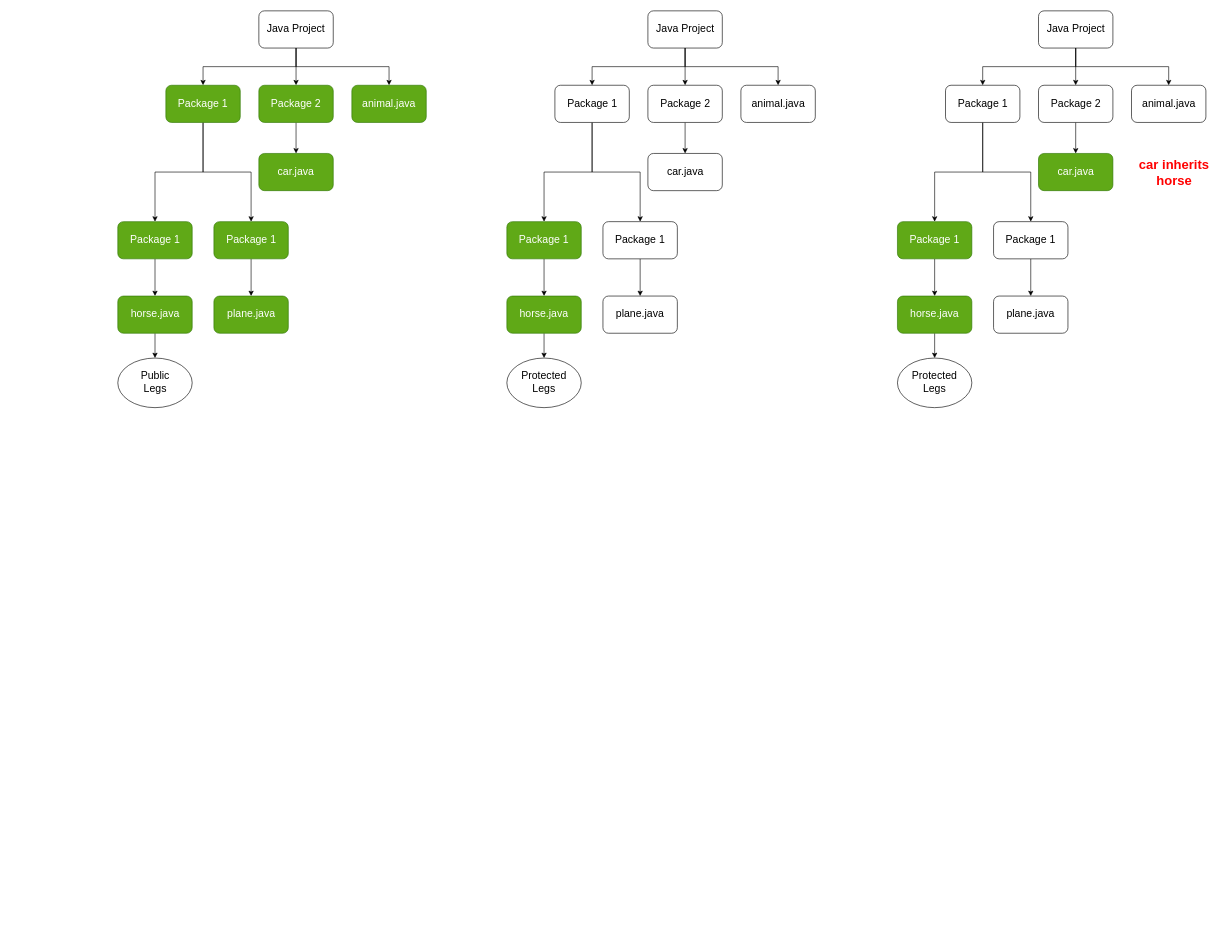
This is Encapsulation.drawio from AbduzZami/DrawIO, a draw.io file, before an edit. Source tidied: cells renumbered, new cells numbered last; positions are measured from the earlier drawing's top-left corner, leaving out a move shared by most shapes. Both pictures are drawn from the tidied source at 62%, with x=0, y=0 at pixel (117, 11).
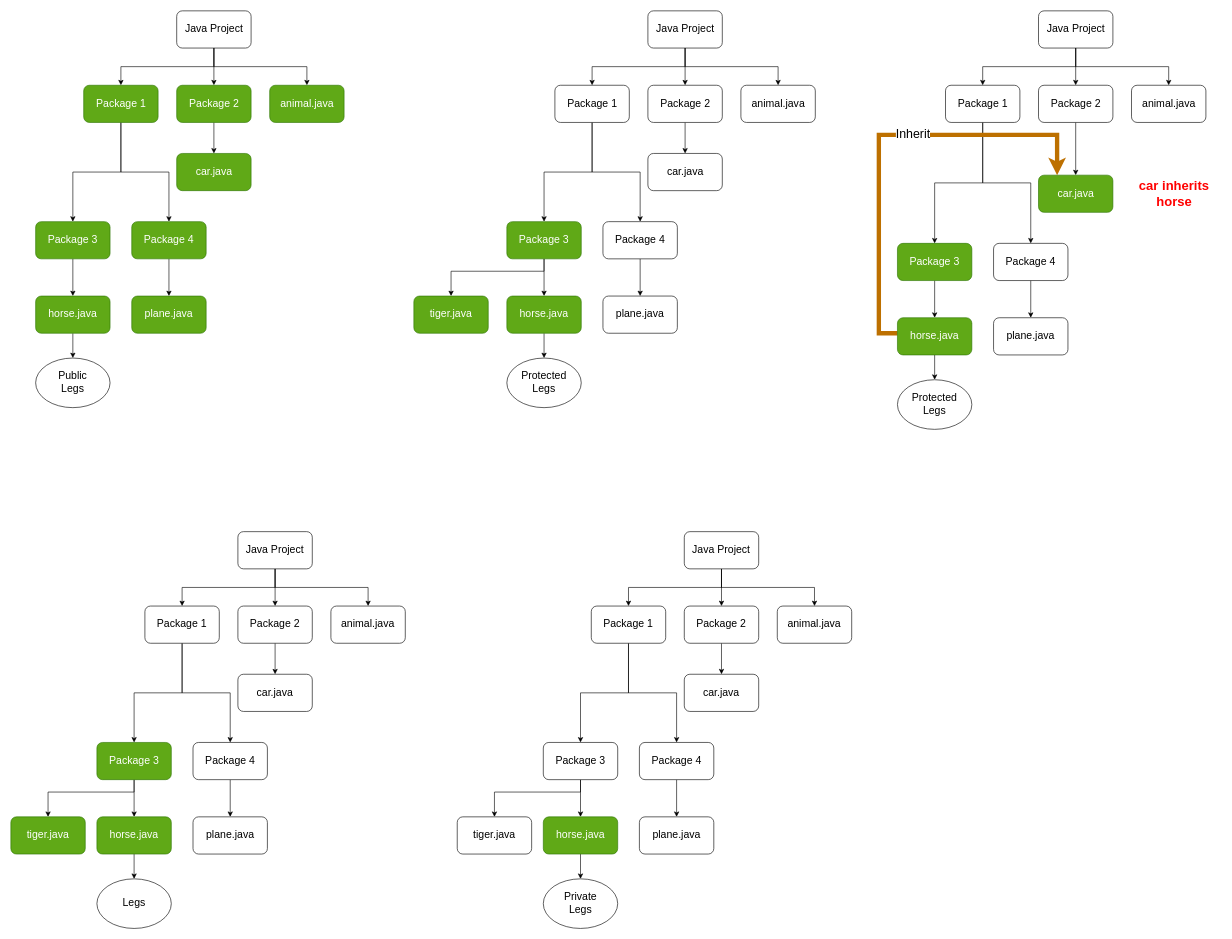
Above is the later version.

What changed in the source:
```diff
@@
     <mxCell id="2" style="edgeStyle=orthogonalEdgeStyle;rounded=0;jettySize=auto;html=1;entryX=0.5;entryY=0;entryDx=0;entryDy=0;fontSize=17;" parent="1" edge="1" source="5" target="8">
       <mxGeometry relative="1" as="geometry">
         <Array as="points">
-          <mxPoint x="288" y="90" />
-          <mxPoint x="138" y="90" />
+          <mxPoint x="155.5" y="90" />
+          <mxPoint x="5.5" y="90" />
         </Array>
       </mxGeometry>
     </mxCell>
@@
     <mxCell id="4" style="edgeStyle=orthogonalEdgeStyle;rounded=0;jettySize=auto;html=1;entryX=0.5;entryY=0;entryDx=0;entryDy=0;fontSize=17;" parent="1" edge="1" source="5" target="11">
       <mxGeometry relative="1" as="geometry">
         <Array as="points">
-          <mxPoint x="288" y="90" />
-          <mxPoint x="438" y="90" />
+          <mxPoint x="155.5" y="90" />
+          <mxPoint x="305.5" y="90" />
         </Array>
       </mxGeometry>
     </mxCell>
     <mxCell id="5" value="Java Project" style="rounded=1;whiteSpace=wrap;html=1;fontSize=17;" parent="1" vertex="1">
-      <mxGeometry x="228" width="120" height="60" as="geometry" />
+      <mxGeometry x="95.5" width="120" height="60" as="geometry" />
     </mxCell>
@@
     <mxCell id="8" value="Package 1" style="rounded=1;whiteSpace=wrap;html=1;fontSize=17;fillColor=#60a917;fontColor=#ffffff;strokeColor=#2D7600;" parent="1" vertex="1">
-      <mxGeometry x="78" y="120" width="120" height="60" as="geometry" />
+      <mxGeometry x="-54.5" y="120" width="120" height="60" as="geometry" />
     </mxCell>
@@
     <mxCell id="10" value="Package 2" style="rounded=1;whiteSpace=wrap;html=1;fontSize=17;fillColor=#60a917;fontColor=#ffffff;strokeColor=#2D7600;" parent="1" vertex="1">
-      <mxGeometry x="228" y="120" width="120" height="60" as="geometry" />
+      <mxGeometry x="95.5" y="120" width="120" height="60" as="geometry" />
     </mxCell>
     <mxCell id="11" value="animal.java" style="rounded=1;whiteSpace=wrap;html=1;fontSize=17;fillColor=#60a917;fontColor=#ffffff;strokeColor=#2D7600;" parent="1" vertex="1">
-      <mxGeometry x="378" y="120" width="120" height="60" as="geometry" />
+      <mxGeometry x="245.5" y="120" width="120" height="60" as="geometry" />
     </mxCell>
@@
-    <mxCell id="13" value="Package 1" style="rounded=1;whiteSpace=wrap;html=1;fontSize=17;fillColor=#60a917;fontColor=#ffffff;strokeColor=#2D7600;" parent="1" vertex="1">
-      <mxGeometry x="0.5" y="340" width="120" height="60" as="geometry" />
+    <mxCell id="13" value="Package 3" style="rounded=1;whiteSpace=wrap;html=1;fontSize=17;fillColor=#60a917;fontColor=#ffffff;strokeColor=#2D7600;" parent="1" vertex="1">
+      <mxGeometry x="-132" y="340" width="120" height="60" as="geometry" />
     </mxCell>
@@
-    <mxCell id="15" value="Package 1" style="rounded=1;whiteSpace=wrap;html=1;fontSize=17;fillColor=#60a917;fontColor=#ffffff;strokeColor=#2D7600;" parent="1" vertex="1">
-      <mxGeometry x="155.5" y="340" width="120" height="60" as="geometry" />
+    <mxCell id="15" value="Package 4" style="rounded=1;whiteSpace=wrap;html=1;fontSize=17;fillColor=#60a917;fontColor=#ffffff;strokeColor=#2D7600;" parent="1" vertex="1">
+      <mxGeometry x="23" y="340" width="120" height="60" as="geometry" />
     </mxCell>
     <mxCell id="16" value="car.java" style="rounded=1;whiteSpace=wrap;html=1;fontSize=17;fillColor=#60a917;fontColor=#ffffff;strokeColor=#2D7600;" parent="1" vertex="1">
-      <mxGeometry x="228" y="230" width="120" height="60" as="geometry" />
+      <mxGeometry x="95.5" y="230" width="120" height="60" as="geometry" />
     </mxCell>
@@
     <mxCell id="18" value="horse.java" style="rounded=1;whiteSpace=wrap;html=1;fontSize=17;fillColor=#60a917;fontColor=#ffffff;strokeColor=#2D7600;" parent="1" vertex="1">
-      <mxGeometry x="0.5" y="460" width="120" height="60" as="geometry" />
+      <mxGeometry x="-132" y="460" width="120" height="60" as="geometry" />
     </mxCell>
     <mxCell id="19" value="plane.java" style="rounded=1;whiteSpace=wrap;html=1;fontSize=17;fillColor=#60a917;fontColor=#ffffff;strokeColor=#2D7600;" parent="1" vertex="1">
-      <mxGeometry x="155.5" y="460" width="120" height="60" as="geometry" />
+      <mxGeometry x="23" y="460" width="120" height="60" as="geometry" />
     </mxCell>
     <mxCell id="20" value="Public&lt;div&gt;Legs&lt;/div&gt;" style="ellipse;whiteSpace=wrap;html=1;fontSize=17;" parent="1" vertex="1">
-      <mxGeometry x="0.5" y="560" width="120" height="80" as="geometry" />
+      <mxGeometry x="-132" y="560" width="120" height="80" as="geometry" />
     </mxCell>
@@
+    <mxCell id="60" style="edgeStyle=orthogonalEdgeStyle;rounded=0;jettySize=auto;html=1;entryX=0.5;entryY=0;entryDx=0;entryDy=0;" parent="1" edge="1" source="32" target="105">
+      <mxGeometry relative="1" as="geometry">
+        <Array as="points">
+          <mxPoint x="688" y="420" />
+          <mxPoint x="538" y="420" />
+        </Array>
+      </mxGeometry>
+    </mxCell>
-    <mxCell id="32" value="Package 1" style="rounded=1;whiteSpace=wrap;html=1;fontSize=17;fillColor=#60a917;fontColor=#ffffff;strokeColor=#2D7600;" parent="1" vertex="1">
+    <mxCell id="32" value="Package 3" style="rounded=1;whiteSpace=wrap;html=1;fontSize=17;fillColor=#60a917;fontColor=#ffffff;strokeColor=#2D7600;" parent="1" vertex="1">
       <mxGeometry x="628" y="340" width="120" height="60" as="geometry" />
     </mxCell>
@@
-    <mxCell id="34" value="Package 1" style="rounded=1;whiteSpace=wrap;html=1;fontSize=17;" parent="1" vertex="1">
+    <mxCell id="34" value="Package 4" style="rounded=1;whiteSpace=wrap;html=1;fontSize=17;" parent="1" vertex="1">
       <mxGeometry x="783" y="340" width="120" height="60" as="geometry" />
     </mxCell>
@@
-    <mxCell id="51" value="Package 1" style="rounded=1;whiteSpace=wrap;html=1;fontSize=17;fillColor=#60a917;fontColor=#ffffff;strokeColor=#2D7600;" parent="1" vertex="1">
-      <mxGeometry x="1258" y="340" width="120" height="60" as="geometry" />
+    <mxCell id="51" value="Package 3" style="rounded=1;whiteSpace=wrap;html=1;fontSize=17;fillColor=#60a917;fontColor=#ffffff;strokeColor=#2D7600;" parent="1" vertex="1">
+      <mxGeometry x="1258" y="375" width="120" height="60" as="geometry" />
     </mxCell>
@@
-    <mxCell id="53" value="Package 1" style="rounded=1;whiteSpace=wrap;html=1;fontSize=17;" parent="1" vertex="1">
-      <mxGeometry x="1413" y="340" width="120" height="60" as="geometry" />
+    <mxCell id="53" value="Package 4" style="rounded=1;whiteSpace=wrap;html=1;fontSize=17;" parent="1" vertex="1">
+      <mxGeometry x="1413" y="375" width="120" height="60" as="geometry" />
     </mxCell>
     <mxCell id="54" value="car.java" style="rounded=1;whiteSpace=wrap;html=1;fontSize=17;fillColor=#60a917;fontColor=#ffffff;strokeColor=#2D7600;" parent="1" vertex="1">
-      <mxGeometry x="1485.5" y="230" width="120" height="60" as="geometry" />
+      <mxGeometry x="1485.5" y="265" width="120" height="60" as="geometry" />
     </mxCell>
@@
+    <mxCell id="61" style="edgeStyle=orthogonalEdgeStyle;rounded=0;jettySize=auto;html=1;entryX=0.25;entryY=0;entryDx=0;entryDy=0;fillColor=#f0a30a;strokeColor=#BD7000;strokeWidth=7;" parent="1" edge="1" source="56" target="54">
+      <mxGeometry relative="1" as="geometry">
+        <Array as="points">
+          <mxPoint x="1228" y="520" />
+          <mxPoint x="1228" y="200" />
+          <mxPoint x="1516" y="200" />
+        </Array>
+      </mxGeometry>
+    </mxCell>
+    <mxCell id="62" value="Inherit" style="edgeLabel;html=1;align=center;verticalAlign=middle;fontSize=20;" parent="61" vertex="1">
+      <mxGeometry x="0.15" y="3" relative="1" as="geometry" />
+    </mxCell>
     <mxCell id="56" value="horse.java" style="rounded=1;whiteSpace=wrap;html=1;fontSize=17;fillColor=#60a917;fontColor=#ffffff;strokeColor=#2D7600;" parent="1" vertex="1">
-      <mxGeometry x="1258" y="460" width="120" height="60" as="geometry" />
+      <mxGeometry x="1258" y="495" width="120" height="60" as="geometry" />
     </mxCell>
     <mxCell id="57" value="plane.java" style="rounded=1;whiteSpace=wrap;html=1;fontSize=17;" parent="1" vertex="1">
-      <mxGeometry x="1413" y="460" width="120" height="60" as="geometry" />
+      <mxGeometry x="1413" y="495" width="120" height="60" as="geometry" />
     </mxCell>
     <mxCell id="58" value="Protected&lt;div&gt;Legs&lt;/div&gt;" style="ellipse;whiteSpace=wrap;html=1;fontSize=17;" parent="1" vertex="1">
-      <mxGeometry x="1258" y="560" width="120" height="80" as="geometry" />
+      <mxGeometry x="1258" y="595" width="120" height="80" as="geometry" />
     </mxCell>
     <mxCell id="59" value="car inherits horse" style="text;html=1;align=center;verticalAlign=middle;whiteSpace=wrap;rounded=0;fontStyle=1;fontSize=21;fontColor=#FF0000;" parent="1" vertex="1">
-      <mxGeometry x="1628" y="245" width="152.5" height="30" as="geometry" />
+      <mxGeometry x="1628" y="280" width="152.5" height="30" as="geometry" />
     </mxCell>
+    <mxCell id="63" style="edgeStyle=orthogonalEdgeStyle;rounded=0;jettySize=auto;html=1;entryX=0.5;entryY=0;entryDx=0;entryDy=0;fontSize=17;" parent="1" edge="1" source="66" target="69">
+      <mxGeometry relative="1" as="geometry">
+        <Array as="points">
+          <mxPoint x="254.2" y="930" />
+          <mxPoint x="104.2" y="930" />
+        </Array>
+      </mxGeometry>
+    </mxCell>
+    <mxCell id="64" style="edgeStyle=orthogonalEdgeStyle;rounded=0;jettySize=auto;html=1;entryX=0.5;entryY=0;entryDx=0;entryDy=0;fontSize=17;" parent="1" edge="1" source="66" target="71">
+      <mxGeometry relative="1" as="geometry" />
+    </mxCell>
+    <mxCell id="65" style="edgeStyle=orthogonalEdgeStyle;rounded=0;jettySize=auto;html=1;entryX=0.5;entryY=0;entryDx=0;entryDy=0;fontSize=17;" parent="1" edge="1" source="66" target="72">
+      <mxGeometry relative="1" as="geometry">
+        <Array as="points">
+          <mxPoint x="254.2" y="930" />
+          <mxPoint x="404.2" y="930" />
+        </Array>
+      </mxGeometry>
+    </mxCell>
+    <mxCell id="66" value="Java Project" style="rounded=1;whiteSpace=wrap;html=1;fontSize=17;" parent="1" vertex="1">
+      <mxGeometry x="194.2" y="840" width="120" height="60" as="geometry" />
+    </mxCell>
+    <mxCell id="67" style="edgeStyle=orthogonalEdgeStyle;rounded=0;jettySize=auto;html=1;entryX=0.5;entryY=0;entryDx=0;entryDy=0;fontSize=17;" parent="1" edge="1" source="69" target="75">
+      <mxGeometry relative="1" as="geometry" />
+    </mxCell>
+    <mxCell id="68" style="edgeStyle=orthogonalEdgeStyle;rounded=0;jettySize=auto;html=1;entryX=0.5;entryY=0;entryDx=0;entryDy=0;fontSize=17;" parent="1" edge="1" source="69" target="77">
+      <mxGeometry relative="1" as="geometry" />
+    </mxCell>
+    <mxCell id="69" value="Package 1" style="rounded=1;whiteSpace=wrap;html=1;fontSize=17;" parent="1" vertex="1">
+      <mxGeometry x="44.2" y="960" width="120" height="60" as="geometry" />
+    </mxCell>
+    <mxCell id="70" style="edgeStyle=orthogonalEdgeStyle;rounded=0;jettySize=auto;html=1;entryX=0.5;entryY=0;entryDx=0;entryDy=0;fontSize=17;" parent="1" edge="1" source="71" target="78">
+      <mxGeometry relative="1" as="geometry" />
+    </mxCell>
+    <mxCell id="71" value="Package 2" style="rounded=1;whiteSpace=wrap;html=1;fontSize=17;" parent="1" vertex="1">
+      <mxGeometry x="194.2" y="960" width="120" height="60" as="geometry" />
+    </mxCell>
+    <mxCell id="72" value="animal.java" style="rounded=1;whiteSpace=wrap;html=1;fontSize=17;" parent="1" vertex="1">
+      <mxGeometry x="344.2" y="960" width="120" height="60" as="geometry" />
+    </mxCell>
+    <mxCell id="73" style="edgeStyle=orthogonalEdgeStyle;rounded=0;jettySize=auto;html=1;entryX=0.5;entryY=0;entryDx=0;entryDy=0;fontSize=17;" parent="1" edge="1" source="75" target="80">
+      <mxGeometry relative="1" as="geometry" />
+    </mxCell>
+    <mxCell id="74" style="edgeStyle=orthogonalEdgeStyle;rounded=0;jettySize=auto;html=1;entryX=0.5;entryY=0;entryDx=0;entryDy=0;" parent="1" edge="1" source="75" target="83">
+      <mxGeometry relative="1" as="geometry">
+        <Array as="points">
+          <mxPoint x="27" y="1260" />
+          <mxPoint x="-112" y="1260" />
+        </Array>
+      </mxGeometry>
+    </mxCell>
+    <mxCell id="75" value="Package 3" style="rounded=1;whiteSpace=wrap;html=1;fontSize=17;fillColor=#60a917;fontColor=#ffffff;strokeColor=#2D7600;" parent="1" vertex="1">
+      <mxGeometry x="-33.2" y="1180" width="120" height="60" as="geometry" />
+    </mxCell>
+    <mxCell id="76" style="edgeStyle=orthogonalEdgeStyle;rounded=0;jettySize=auto;html=1;entryX=0.5;entryY=0;entryDx=0;entryDy=0;fontSize=17;" parent="1" edge="1" source="77" target="81">
+      <mxGeometry relative="1" as="geometry" />
+    </mxCell>
+    <mxCell id="77" value="Package 4" style="rounded=1;whiteSpace=wrap;html=1;fontSize=17;" parent="1" vertex="1">
+      <mxGeometry x="121.8" y="1180" width="120" height="60" as="geometry" />
+    </mxCell>
+    <mxCell id="78" value="car.java" style="rounded=1;whiteSpace=wrap;html=1;fontSize=17;" parent="1" vertex="1">
+      <mxGeometry x="194.2" y="1070" width="120" height="60" as="geometry" />
+    </mxCell>
+    <mxCell id="79" style="edgeStyle=orthogonalEdgeStyle;rounded=0;jettySize=auto;html=1;" parent="1" edge="1" source="80" target="82">
+      <mxGeometry relative="1" as="geometry" />
+    </mxCell>
+    <mxCell id="80" value="horse.java" style="rounded=1;whiteSpace=wrap;html=1;fontSize=17;fillColor=#60a917;fontColor=#ffffff;strokeColor=#2D7600;" parent="1" vertex="1">
+      <mxGeometry x="-33.2" y="1300" width="120" height="60" as="geometry" />
+    </mxCell>
+    <mxCell id="81" value="plane.java" style="rounded=1;whiteSpace=wrap;html=1;fontSize=17;" parent="1" vertex="1">
+      <mxGeometry x="121.8" y="1300" width="120" height="60" as="geometry" />
+    </mxCell>
+    <mxCell id="82" value="&lt;div&gt;Legs&lt;/div&gt;" style="ellipse;whiteSpace=wrap;html=1;fontSize=17;" parent="1" vertex="1">
+      <mxGeometry x="-33.2" y="1400" width="120" height="80" as="geometry" />
+    </mxCell>
+    <mxCell id="83" value="tiger.java" style="rounded=1;whiteSpace=wrap;html=1;fontSize=17;fillColor=#60a917;fontColor=#ffffff;strokeColor=#2D7600;" parent="1" vertex="1">
+      <mxGeometry x="-172" y="1300" width="120" height="60" as="geometry" />
+    </mxCell>
+    <mxCell id="84" style="edgeStyle=orthogonalEdgeStyle;rounded=0;jettySize=auto;html=1;entryX=0.5;entryY=0;entryDx=0;entryDy=0;fontSize=17;" parent="1" edge="1" source="87" target="90">
+      <mxGeometry relative="1" as="geometry">
+        <Array as="points">
+          <mxPoint x="974.2" y="930" />
+          <mxPoint x="824.2" y="930" />
+        </Array>
+      </mxGeometry>
+    </mxCell>
+    <mxCell id="85" style="edgeStyle=orthogonalEdgeStyle;rounded=0;jettySize=auto;html=1;entryX=0.5;entryY=0;entryDx=0;entryDy=0;fontSize=17;" parent="1" edge="1" source="87" target="92">
+      <mxGeometry relative="1" as="geometry" />
+    </mxCell>
+    <mxCell id="86" style="edgeStyle=orthogonalEdgeStyle;rounded=0;jettySize=auto;html=1;entryX=0.5;entryY=0;entryDx=0;entryDy=0;fontSize=17;" parent="1" edge="1" source="87" target="93">
+      <mxGeometry relative="1" as="geometry">
+        <Array as="points">
+          <mxPoint x="974.2" y="930" />
+          <mxPoint x="1124.2" y="930" />
+        </Array>
+      </mxGeometry>
+    </mxCell>
+    <mxCell id="87" value="Java Project" style="rounded=1;whiteSpace=wrap;html=1;fontSize=17;" parent="1" vertex="1">
+      <mxGeometry x="914.2" y="840" width="120" height="60" as="geometry" />
+    </mxCell>
+    <mxCell id="88" style="edgeStyle=orthogonalEdgeStyle;rounded=0;jettySize=auto;html=1;entryX=0.5;entryY=0;entryDx=0;entryDy=0;fontSize=17;" parent="1" edge="1" source="90" target="96">
+      <mxGeometry relative="1" as="geometry" />
+    </mxCell>
+    <mxCell id="89" style="edgeStyle=orthogonalEdgeStyle;rounded=0;jettySize=auto;html=1;entryX=0.5;entryY=0;entryDx=0;entryDy=0;fontSize=17;" parent="1" edge="1" source="90" target="98">
+      <mxGeometry relative="1" as="geometry" />
+    </mxCell>
+    <mxCell id="90" value="Package 1" style="rounded=1;whiteSpace=wrap;html=1;fontSize=17;" parent="1" vertex="1">
+      <mxGeometry x="764.2" y="960" width="120" height="60" as="geometry" />
+    </mxCell>
+    <mxCell id="91" style="edgeStyle=orthogonalEdgeStyle;rounded=0;jettySize=auto;html=1;entryX=0.5;entryY=0;entryDx=0;entryDy=0;fontSize=17;" parent="1" edge="1" source="92" target="99">
+      <mxGeometry relative="1" as="geometry" />
+    </mxCell>
+    <mxCell id="92" value="Package 2" style="rounded=1;whiteSpace=wrap;html=1;fontSize=17;" parent="1" vertex="1">
+      <mxGeometry x="914.2" y="960" width="120" height="60" as="geometry" />
+    </mxCell>
+    <mxCell id="93" value="animal.java" style="rounded=1;whiteSpace=wrap;html=1;fontSize=17;" parent="1" vertex="1">
+      <mxGeometry x="1064.2" y="960" width="120" height="60" as="geometry" />
+    </mxCell>
+    <mxCell id="94" style="edgeStyle=orthogonalEdgeStyle;rounded=0;jettySize=auto;html=1;entryX=0.5;entryY=0;entryDx=0;entryDy=0;fontSize=17;" parent="1" edge="1" source="96" target="101">
+      <mxGeometry relative="1" as="geometry" />
+    </mxCell>
+    <mxCell id="95" style="edgeStyle=orthogonalEdgeStyle;rounded=0;jettySize=auto;html=1;entryX=0.5;entryY=0;entryDx=0;entryDy=0;" parent="1" edge="1" source="96" target="104">
+      <mxGeometry relative="1" as="geometry">
+        <Array as="points">
+          <mxPoint x="747" y="1260" />
+          <mxPoint x="608" y="1260" />
+        </Array>
+      </mxGeometry>
+    </mxCell>
+    <mxCell id="96" value="Package 3" style="rounded=1;whiteSpace=wrap;html=1;fontSize=17;" parent="1" vertex="1">
+      <mxGeometry x="686.8" y="1180" width="120" height="60" as="geometry" />
+    </mxCell>
+    <mxCell id="97" style="edgeStyle=orthogonalEdgeStyle;rounded=0;jettySize=auto;html=1;entryX=0.5;entryY=0;entryDx=0;entryDy=0;fontSize=17;" parent="1" edge="1" source="98" target="102">
+      <mxGeometry relative="1" as="geometry" />
+    </mxCell>
+    <mxCell id="98" value="Package 4" style="rounded=1;whiteSpace=wrap;html=1;fontSize=17;" parent="1" vertex="1">
+      <mxGeometry x="841.8" y="1180" width="120" height="60" as="geometry" />
+    </mxCell>
+    <mxCell id="99" value="car.java" style="rounded=1;whiteSpace=wrap;html=1;fontSize=17;" parent="1" vertex="1">
+      <mxGeometry x="914.2" y="1070" width="120" height="60" as="geometry" />
+    </mxCell>
+    <mxCell id="100" style="edgeStyle=orthogonalEdgeStyle;rounded=0;jettySize=auto;html=1;" parent="1" edge="1" source="101" target="103">
+      <mxGeometry relative="1" as="geometry" />
+    </mxCell>
+    <mxCell id="101" value="horse.java" style="rounded=1;whiteSpace=wrap;html=1;fontSize=17;fillColor=#60a917;fontColor=#ffffff;strokeColor=#2D7600;" parent="1" vertex="1">
+      <mxGeometry x="686.8" y="1300" width="120" height="60" as="geometry" />
+    </mxCell>
+    <mxCell id="102" value="plane.java" style="rounded=1;whiteSpace=wrap;html=1;fontSize=17;" parent="1" vertex="1">
+      <mxGeometry x="841.8" y="1300" width="120" height="60" as="geometry" />
+    </mxCell>
+    <mxCell id="103" value="&lt;div&gt;Private&lt;/div&gt;&lt;div&gt;Legs&lt;/div&gt;" style="ellipse;whiteSpace=wrap;html=1;fontSize=17;" parent="1" vertex="1">
+      <mxGeometry x="686.8" y="1400" width="120" height="80" as="geometry" />
+    </mxCell>
+    <mxCell id="104" value="tiger.java" style="rounded=1;whiteSpace=wrap;html=1;fontSize=17;" parent="1" vertex="1">
+      <mxGeometry x="548" y="1300" width="120" height="60" as="geometry" />
+    </mxCell>
+    <mxCell id="105" value="tiger.java" style="rounded=1;whiteSpace=wrap;html=1;fontSize=17;fillColor=#60a917;fontColor=#ffffff;strokeColor=#2D7600;" parent="1" vertex="1">
+      <mxGeometry x="478" y="460" width="120" height="60" as="geometry" />
+    </mxCell>
```
